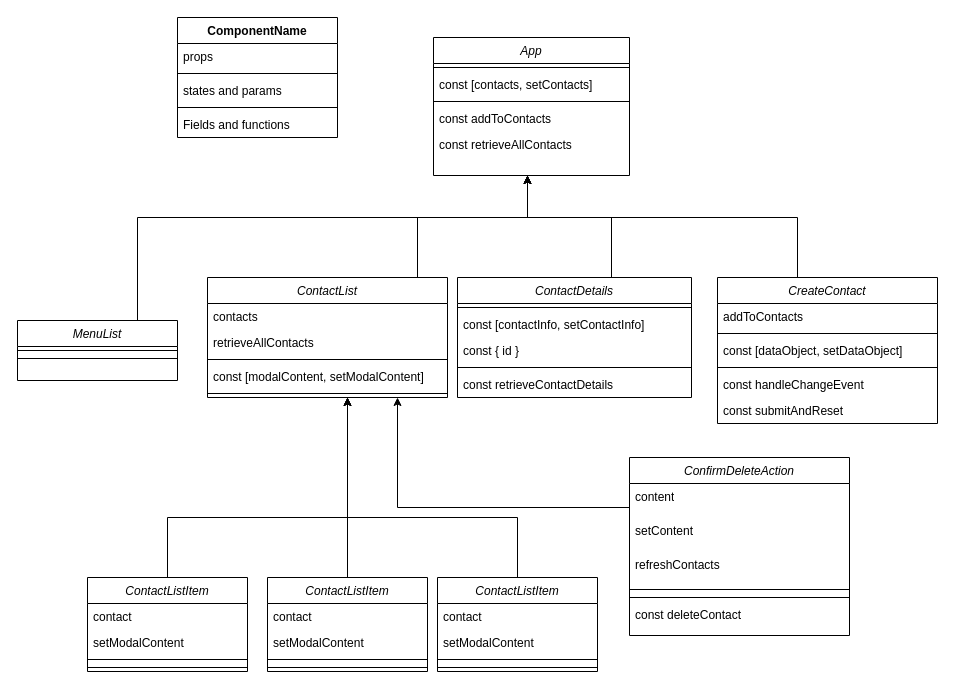
boolean-uk/react-address-book-part-1 keeps this draw.io diagram as react_address_book_part_1.drawio. Above is the earlier version. Source tidied: cells renumbered, new cells numbered last; positions are measured from the earlier drawing's top-left corner, leaving out a move shared by most shapes. Both pictures are drawn from the tidied source at 100%, with x=0, y=0 at pixel (17, 17).
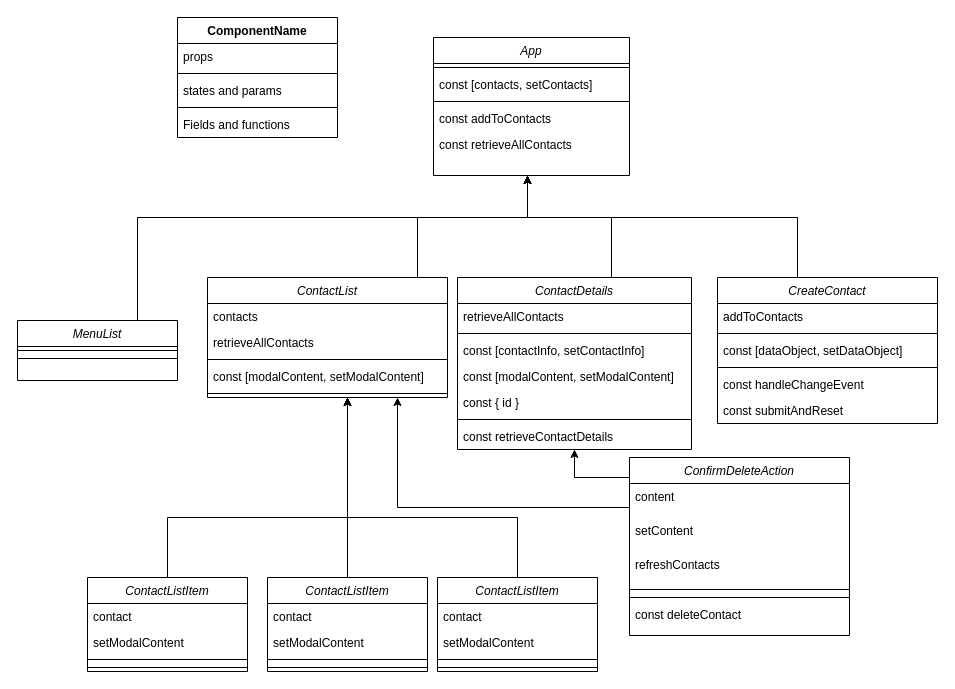
After the change.

The change refers to these unchanged cells:
```xml
<mxCell id="59" value="ConfirmDeleteAction" style="swimlane;fontStyle=2;align=center;verticalAlign=top;horizontal=1;startSize=26;rounded=0;shadow=0;strokeWidth=1;" parent="1" vertex="1">
  <mxGeometry x="612" y="440" width="220" height="178" as="geometry" />
</mxCell>
```

Change to the diagram source:
```diff
@@
     <mxCell id="20" value="ContactDetails" style="swimlane;fontStyle=2;align=center;verticalAlign=top;horizontal=1;startSize=26;rounded=0;shadow=0;strokeWidth=1;" parent="1" vertex="1">
-      <mxGeometry x="440" y="260" width="234" height="120" as="geometry" />
+      <mxGeometry x="440" y="260" width="234" height="172" as="geometry" />
     </mxCell>
+    <mxCell id="66" value="retrieveAllContacts" style="text;strokeColor=none;fillColor=none;align=left;verticalAlign=top;spacingLeft=4;spacingRight=4;overflow=hidden;whiteSpace=wrap;html=1;" parent="20" vertex="1">
+      <mxGeometry y="26" width="234" height="26" as="geometry" />
+    </mxCell>
     <mxCell id="21" style="line;strokeWidth=1;fillColor=none;align=left;verticalAlign=middle;spacingTop=-1;spacingLeft=3;spacingRight=3;labelPosition=right;strokeColor=inherit;" parent="20" vertex="1">
-      <mxGeometry y="26" width="234" height="8" as="geometry" />
+      <mxGeometry y="52" width="234" height="8" as="geometry" />
     </mxCell>
     <mxCell id="22" value="const [contactInfo, setContactInfo]" style="text;strokeColor=none;fillColor=none;align=left;verticalAlign=top;spacingLeft=4;spacingRight=4;overflow=hidden;whiteSpace=wrap;html=1;" parent="20" vertex="1">
-      <mxGeometry y="34" width="234" height="26" as="geometry" />
+      <mxGeometry y="60" width="234" height="26" as="geometry" />
     </mxCell>
+    <mxCell id="67" value="const [modalContent, setModalContent]" style="text;strokeColor=none;fillColor=none;align=left;verticalAlign=top;spacingLeft=4;spacingRight=4;overflow=hidden;whiteSpace=wrap;html=1;" parent="20" vertex="1">
+      <mxGeometry y="86" width="234" height="26" as="geometry" />
+    </mxCell>
     <mxCell id="23" value="const { id }" style="text;strokeColor=none;fillColor=none;align=left;verticalAlign=top;spacingLeft=4;spacingRight=4;overflow=hidden;whiteSpace=wrap;html=1;" parent="20" vertex="1">
-      <mxGeometry y="60" width="234" height="26" as="geometry" />
+      <mxGeometry y="112" width="234" height="26" as="geometry" />
     </mxCell>
     <mxCell id="24" style="line;html=1;strokeWidth=1;align=left;verticalAlign=middle;spacingTop=-1;spacingLeft=3;spacingRight=3;labelPosition=right;" parent="20" vertex="1">
-      <mxGeometry y="86" width="234" height="8" as="geometry" />
+      <mxGeometry y="138" width="234" height="8" as="geometry" />
     </mxCell>
     <mxCell id="25" value="const retrieveContactDetails" style="text;strokeColor=none;fillColor=none;align=left;verticalAlign=top;spacingLeft=4;spacingRight=4;overflow=hidden;whiteSpace=wrap;html=1;" parent="20" vertex="1">
-      <mxGeometry y="94" width="234" height="26" as="geometry" />
+      <mxGeometry y="146" width="234" height="26" as="geometry" />
     </mxCell>
@@
+    <mxCell id="68" style="edgeStyle=orthogonalEdgeStyle;rounded=0;jettySize=auto;html=1;" parent="1" edge="1" source="59" target="20">
+      <mxGeometry relative="1" as="geometry">
+        <Array as="points">
+          <mxPoint x="557" y="460" />
+        </Array>
+      </mxGeometry>
+    </mxCell>
```
